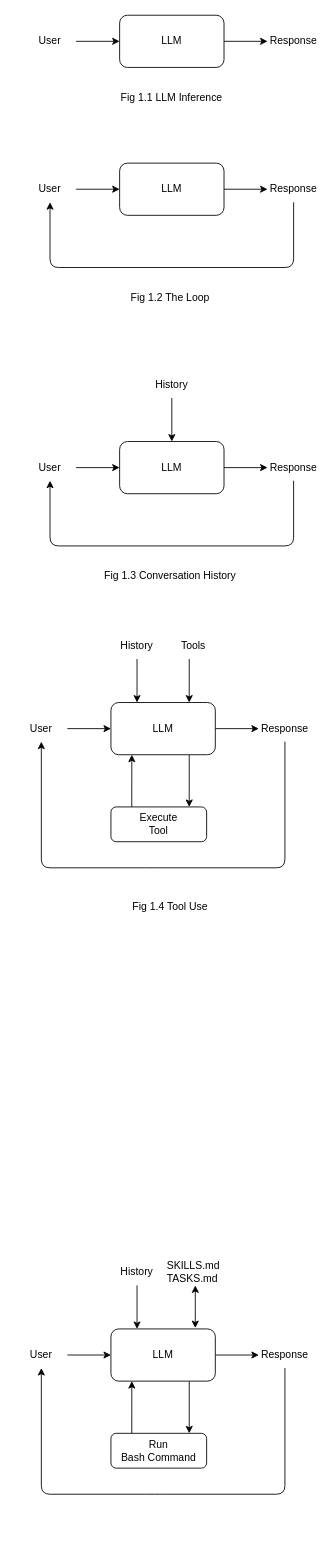
This is images/images.drawio from Aananda-giri/llm-in-loop-blog, a draw.io file, before an edit. Source tidied: cells renumbered, new cells numbered last; positions are measured from the earlier drawing's top-left corner, leaving out a move shared by most shapes. Both pictures are drawn from the tidied source at 87%, with x=0, y=0 at pixel (15, 15).
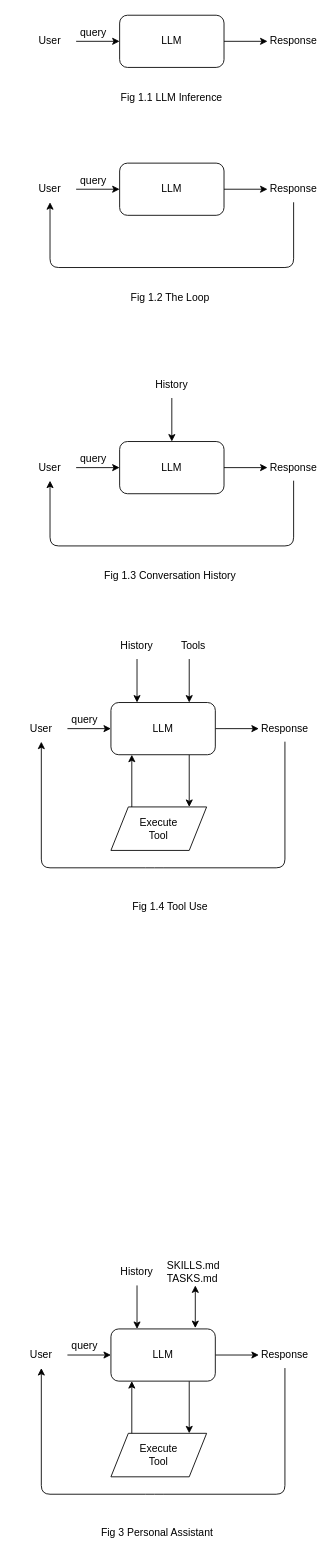
The same page after the edit.

Commit message (it also covers changes not shown here):
update images: Add query (text) next to user and parallelogram for tool use

Unchanged cells that the change refers to:
```xml
<mxCell id="23" value="LLM" style="rounded=1;whiteSpace=wrap;html=1;" parent="1" vertex="1">
  <mxGeometry x="110" y="1510" width="120" height="60" as="geometry" />
</mxCell>
<mxCell id="36" value="LLM" style="rounded=1;whiteSpace=wrap;html=1;" parent="1" vertex="1">
  <mxGeometry x="110" y="790" width="120" height="60" as="geometry" />
</mxCell>
```

What changed in the source:
```diff
@@
-    <mxCell id="30" style="edgeStyle=none;html=1;exitX=0.218;exitY=0.25;exitDx=0;exitDy=0;entryX=0.2;entryY=1;entryDx=0;entryDy=0;entryPerimeter=0;exitPerimeter=0;" parent="1" edge="1" source="31" target="23">
-      <mxGeometry relative="1" as="geometry" />
+    <mxCell id="30" style="edgeStyle=none;html=1;exitX=0.218;exitY=0.25;exitDx=0;exitDy=0;entryX=0.2;entryY=1;entryDx=0;entryDy=0;entryPerimeter=0;exitPerimeter=0;" parent="1" edge="1" target="23">
+      <mxGeometry relative="1" as="geometry">
+        <mxPoint x="134" y="1640" as="sourcePoint" />
+      </mxGeometry>
     </mxCell>
-    <mxCell id="31" value="Run&lt;br&gt;Bash Command" style="rounded=1;whiteSpace=wrap;html=1;" parent="1" vertex="1">
-      <mxGeometry x="110" y="1630" width="110" height="40" as="geometry" />
-    </mxCell>
@@
-    <mxCell id="43" style="edgeStyle=none;html=1;exitX=0.218;exitY=0.25;exitDx=0;exitDy=0;entryX=0.2;entryY=1;entryDx=0;entryDy=0;entryPerimeter=0;exitPerimeter=0;" parent="1" edge="1" source="44" target="36">
-      <mxGeometry relative="1" as="geometry" />
+    <mxCell id="43" style="edgeStyle=none;html=1;exitX=0.218;exitY=0.25;exitDx=0;exitDy=0;entryX=0.2;entryY=1;entryDx=0;entryDy=0;entryPerimeter=0;exitPerimeter=0;" parent="1" edge="1" target="36">
+      <mxGeometry relative="1" as="geometry">
+        <mxPoint x="134" y="920" as="sourcePoint" />
+      </mxGeometry>
     </mxCell>
-    <mxCell id="44" value="Execute&lt;br&gt;Tool" style="rounded=1;whiteSpace=wrap;html=1;" parent="1" vertex="1">
-      <mxGeometry x="110" y="910" width="110" height="40" as="geometry" />
-    </mxCell>
@@
+    <mxCell id="51" value="query" style="text;html=1;strokeColor=none;fillColor=none;align=center;verticalAlign=middle;whiteSpace=wrap;rounded=0;" parent="1" vertex="1">
+      <mxGeometry x="70" y="180" width="40" height="20" as="geometry" />
+    </mxCell>
+    <mxCell id="52" value="query" style="text;html=1;strokeColor=none;fillColor=none;align=center;verticalAlign=middle;whiteSpace=wrap;rounded=0;" parent="1" vertex="1">
+      <mxGeometry x="70" y="10" width="40" height="20" as="geometry" />
+    </mxCell>
+    <mxCell id="53" value="query" style="text;html=1;strokeColor=none;fillColor=none;align=center;verticalAlign=middle;whiteSpace=wrap;rounded=0;" parent="1" vertex="1">
+      <mxGeometry x="70" y="500" width="40" height="20" as="geometry" />
+    </mxCell>
+    <mxCell id="54" value="query" style="text;html=1;strokeColor=none;fillColor=none;align=center;verticalAlign=middle;whiteSpace=wrap;rounded=0;" parent="1" vertex="1">
+      <mxGeometry x="60" y="800" width="40" height="20" as="geometry" />
+    </mxCell>
+    <mxCell id="55" value="query" style="text;html=1;strokeColor=none;fillColor=none;align=center;verticalAlign=middle;whiteSpace=wrap;rounded=0;" parent="1" vertex="1">
+      <mxGeometry x="60" y="1520" width="40" height="20" as="geometry" />
+    </mxCell>
+    <mxCell id="56" value="Execute&lt;br&gt;Tool" style="shape=parallelogram;perimeter=parallelogramPerimeter;whiteSpace=wrap;html=1;fixedSize=1;" parent="1" vertex="1">
+      <mxGeometry x="110" y="910" width="110" height="50" as="geometry" />
+    </mxCell>
+    <mxCell id="57" value="Execute&lt;br&gt;Tool" style="shape=parallelogram;perimeter=parallelogramPerimeter;whiteSpace=wrap;html=1;fixedSize=1;" parent="1" vertex="1">
+      <mxGeometry x="110" y="1630" width="110" height="50" as="geometry" />
+    </mxCell>
+    <mxCell id="58" value="Fig 3 Personal Assistant&amp;nbsp;" style="text;html=1;strokeColor=none;fillColor=none;align=center;verticalAlign=middle;whiteSpace=wrap;rounded=0;" parent="1" vertex="1">
+      <mxGeometry x="80" y="1730" width="170" height="30" as="geometry" />
+    </mxCell>
```
